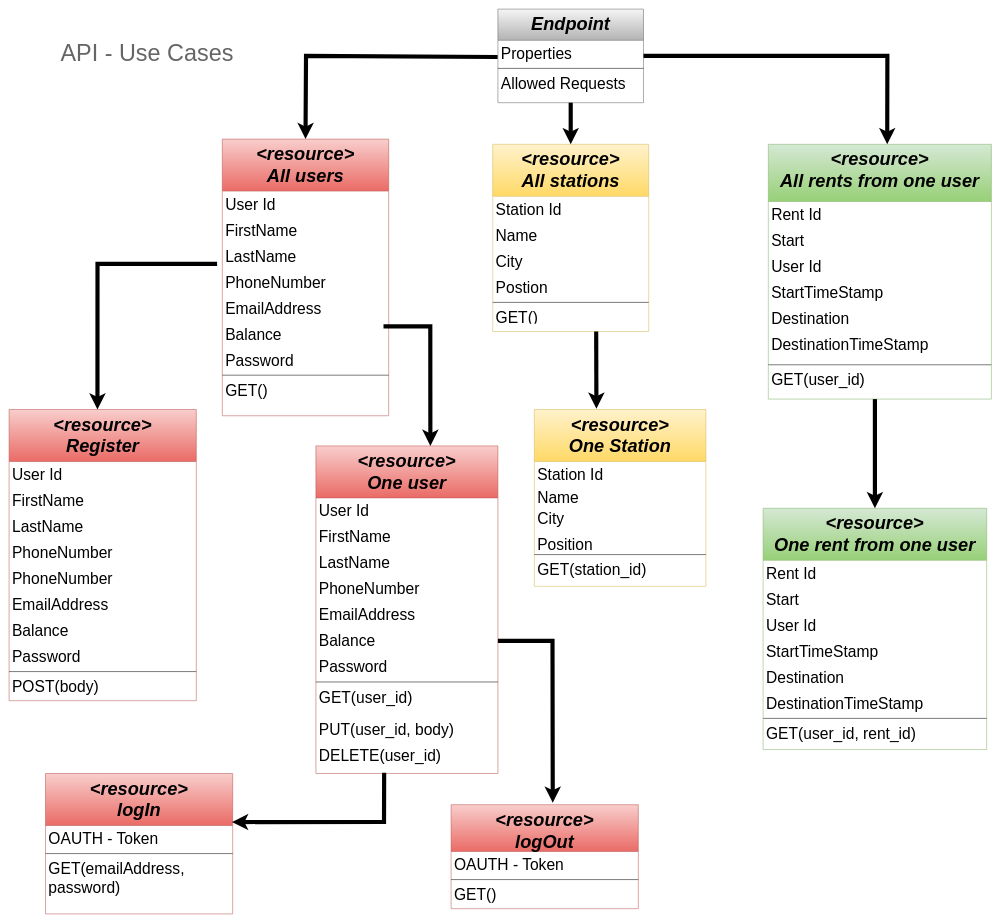
Earlier version of the draw.io diagram API_UseCases-Diagram.drawio (Spark-Vteam/Spark-API-backend). Source tidied: cells renumbered, new cells numbered last; positions are measured from the earlier drawing's top-left corner, leaving out a move shared by most shapes. Both pictures are drawn from the tidied source at 52%, with x=0, y=0 at pixel (9, 9).
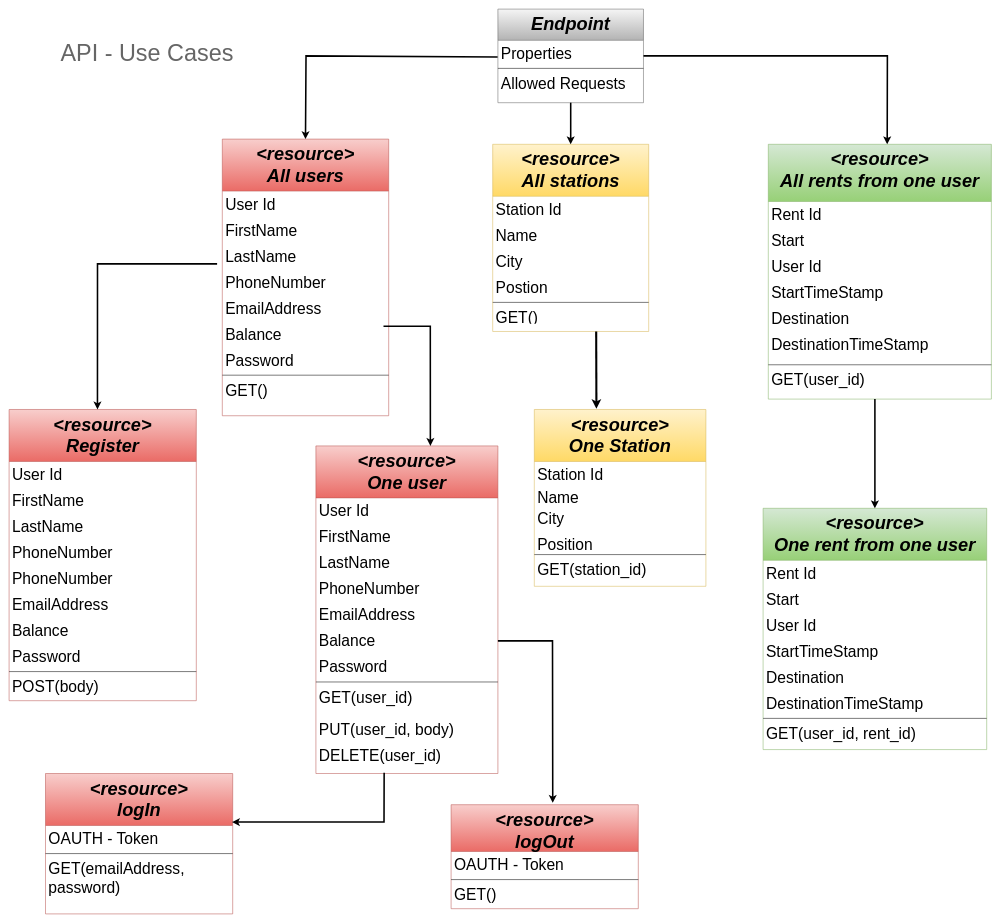
The same diagram, later.

Commit message:
API-Use Cases diagram

The change refers to these unchanged cells:
```xml
<mxCell id="2" value="Endpoint" style="swimlane;fontStyle=3;align=center;verticalAlign=top;horizontal=1;startSize=60;rounded=0;shadow=0;strokeWidth=1;fillColor=#f5f5f5;gradientColor=#b3b3b3;strokeColor=#666666;fontSize=35;" parent="1" vertex="1">
  <mxGeometry x="940" width="280" height="180" as="geometry" />
</mxCell>
<mxCell id="3" value="Properties" style="text;align=left;verticalAlign=top;spacingLeft=4;spacingRight=4;overflow=hidden;points=[[0,0.5],[1,0.5]];portConstraint=eastwest;fontSize=30;" parent="2" vertex="1">
  <mxGeometry y="60" width="280" height="50" as="geometry" />
</mxCell>
<mxCell id="6" value="&lt;resource&gt;&#10;All users" style="swimlane;fontStyle=3;align=center;verticalAlign=top;horizontal=1;startSize=100;rounded=0;shadow=0;strokeWidth=1;fillColor=#f8cecc;strokeColor=#b85450;gradientColor=#ea6b66;fontSize=35;" parent="1" vertex="1">
  <mxGeometry x="410" y="250" width="320" height="532" as="geometry" />
</mxCell>
<mxCell id="16" value="&lt;resource&gt;&#10;logIn" style="swimlane;fontStyle=3;align=center;verticalAlign=top;horizontal=1;startSize=100;rounded=0;shadow=0;strokeWidth=1;fillColor=#f8cecc;strokeColor=#b85450;gradientColor=#ea6b66;fontSize=35;" parent="1" vertex="1">
  <mxGeometry x="70" y="1470" width="360" height="270" as="geometry" />
</mxCell>
<mxCell id="20" value="&lt;resource&gt;&#10;All rents from one user" style="swimlane;fontStyle=3;align=center;verticalAlign=top;horizontal=1;startSize=110;rounded=0;shadow=0;strokeWidth=1;fillColor=#d5e8d4;strokeColor=#82b366;gradientColor=#97d077;fontSize=35;labelBackgroundColor=none;" parent="1" vertex="1">
  <mxGeometry x="1460" y="260" width="429" height="490" as="geometry" />
</mxCell>
<mxCell id="29" value="&lt;resource&gt;&#10;All stations" style="swimlane;fontStyle=3;align=center;verticalAlign=top;horizontal=1;startSize=100;rounded=0;shadow=0;strokeWidth=1;fillColor=#fff2cc;strokeColor=#d6b656;gradientColor=#FFD966;fontSize=35;" parent="1" vertex="1">
  <mxGeometry x="930" y="260" width="300" height="360" as="geometry" />
</mxCell>
<mxCell id="36" value="&lt;resource&gt;&#10;One Station" style="swimlane;fontStyle=3;align=center;verticalAlign=top;horizontal=1;startSize=100;rounded=0;shadow=0;strokeWidth=1;fillColor=#fff2cc;strokeColor=#d6b656;gradientColor=#ffd966;fontSize=35;" parent="1" vertex="1">
  <mxGeometry x="1010" y="770" width="330" height="340" as="geometry" />
</mxCell>
<mxCell id="43" value="&lt;resource&gt;&#10;logOut" style="swimlane;fontStyle=3;align=center;verticalAlign=top;horizontal=1;startSize=90;rounded=0;shadow=0;strokeWidth=1;fillColor=#f8cecc;strokeColor=#b85450;gradientColor=#ea6b66;fontSize=35;" parent="1" vertex="1">
  <mxGeometry x="850" y="1530" width="360" height="200" as="geometry" />
</mxCell>
<mxCell id="47" value="&lt;resource&gt;&#10;Register" style="swimlane;fontStyle=3;align=center;verticalAlign=top;horizontal=1;startSize=100;rounded=0;shadow=0;strokeWidth=1;fillColor=#f8cecc;strokeColor=#b85450;gradientColor=#ea6b66;fontSize=35;" parent="1" vertex="1">
  <mxGeometry y="770" width="360" height="560" as="geometry" />
</mxCell>
<mxCell id="58" value="&lt;resource&gt;&#10;One user" style="swimlane;fontStyle=3;align=center;verticalAlign=top;horizontal=1;startSize=100;rounded=0;shadow=0;strokeWidth=1;fillColor=#f8cecc;strokeColor=#b85450;gradientColor=#ea6b66;fontSize=35;" parent="1" vertex="1">
  <mxGeometry x="590" y="840" width="350" height="630" as="geometry" />
</mxCell>
<mxCell id="64" value="Balance" style="text;align=left;verticalAlign=top;spacingLeft=4;spacingRight=4;overflow=hidden;points=[[0,0.5],[1,0.5]];portConstraint=eastwest;rounded=0;shadow=0;html=0;fontSize=30;" parent="58" vertex="1">
  <mxGeometry y="350" width="350" height="50" as="geometry" />
</mxCell>
<mxCell id="69" value="DELETE(user_id)" style="text;align=left;verticalAlign=top;spacingLeft=4;spacingRight=4;overflow=hidden;points=[[0,0.5],[1,0.5]];portConstraint=eastwest;rounded=0;shadow=0;html=0;fontSize=30;" parent="58" vertex="1">
  <mxGeometry y="570" width="350" height="50" as="geometry" />
</mxCell>
<mxCell id="70" value="&lt;resource&gt;&#10;One rent from one user" style="swimlane;fontStyle=3;align=center;verticalAlign=top;horizontal=1;startSize=100;rounded=0;shadow=0;strokeWidth=1;fillColor=#d5e8d4;strokeColor=#82b366;gradientColor=#97d077;fontSize=35;" parent="1" vertex="1">
  <mxGeometry x="1450" y="960" width="430" height="464" as="geometry" />
</mxCell>
```

The edit, as a diff of the source:
```diff
@@
-    <mxCell id="80" style="endArrow=classic;html=1;rounded=0;fontSize=35;fontColor=#666666;exitX=-0.002;exitY=0.641;exitDx=0;exitDy=0;exitPerimeter=0;entryX=0.5;entryY=0;entryDx=0;entryDy=0;strokeWidth=8;" parent="1" edge="1" source="3" target="6">
+    <mxCell id="80" style="endArrow=classic;html=1;rounded=0;fontSize=35;fontColor=#666666;exitX=-0.002;exitY=0.641;exitDx=0;exitDy=0;exitPerimeter=0;entryX=0.5;entryY=0;entryDx=0;entryDy=0;strokeWidth=3;" parent="1" edge="1" source="3" target="6">
       <mxGeometry relative="1" as="geometry">
         <Array as="points">
           <mxPoint x="571" y="90" />
         </Array>
       </mxGeometry>
     </mxCell>
-    <mxCell id="81" style="endArrow=classic;html=1;rounded=0;fontSize=35;fontColor=#666666;exitX=0.5;exitY=1;exitDx=0;exitDy=0;entryX=0.5;entryY=0;entryDx=0;entryDy=0;strokeWidth=8;" parent="1" edge="1" source="2" target="29">
+    <mxCell id="81" style="endArrow=classic;html=1;rounded=0;fontSize=35;fontColor=#666666;exitX=0.5;exitY=1;exitDx=0;exitDy=0;entryX=0.5;entryY=0;entryDx=0;entryDy=0;strokeWidth=3;" parent="1" edge="1" source="2" target="29">
       <mxGeometry relative="1" as="geometry">
         <Array as="points">
           <mxPoint x="1080" y="230" />
         </Array>
       </mxGeometry>
     </mxCell>
-    <mxCell id="82" style="endArrow=classic;html=1;rounded=0;fontSize=35;fontColor=#666666;entryX=0.533;entryY=0;entryDx=0;entryDy=0;strokeWidth=8;entryPerimeter=0;" parent="1" edge="1" target="20">
+    <mxCell id="82" style="endArrow=classic;html=1;rounded=0;fontSize=35;fontColor=#666666;entryX=0.533;entryY=0;entryDx=0;entryDy=0;strokeWidth=3;entryPerimeter=0;" parent="1" edge="1" target="20">
       <mxGeometry relative="1" as="geometry">
         <mxPoint x="1220" y="90" as="sourcePoint" />
         <Array as="points">
           <mxPoint x="1689" y="90" />
         </Array>
       </mxGeometry>
     </mxCell>
-    <mxCell id="83" style="endArrow=classic;html=1;rounded=0;fontSize=35;fontColor=#666666;entryX=0.362;entryY=-0.004;entryDx=0;entryDy=0;strokeWidth=8;entryPerimeter=0;" parent="1" edge="1" target="36">
+    <mxCell id="83" style="endArrow=classic;html=1;rounded=0;fontSize=35;fontColor=#666666;entryX=0.362;entryY=-0.004;entryDx=0;entryDy=0;strokeWidth=4;entryPerimeter=0;" parent="1" edge="1" target="36">
       <mxGeometry relative="1" as="geometry">
         <mxPoint x="1129" y="620" as="sourcePoint" />
       </mxGeometry>
     </mxCell>
-    <mxCell id="84" style="endArrow=classic;html=1;rounded=0;fontSize=35;fontColor=#666666;strokeWidth=8;" parent="1" edge="1" target="70">
+    <mxCell id="84" style="endArrow=classic;html=1;rounded=0;fontSize=35;fontColor=#666666;strokeWidth=3;" parent="1" edge="1" target="70">
       <mxGeometry relative="1" as="geometry">
         <mxPoint x="1665" y="750" as="sourcePoint" />
       </mxGeometry>
     </mxCell>
-    <mxCell id="85" style="endArrow=classic;html=1;rounded=0;fontSize=35;fontColor=#666666;strokeWidth=8;entryX=0.629;entryY=0;entryDx=0;entryDy=0;entryPerimeter=0;" parent="1" edge="1" target="58">
+    <mxCell id="85" style="endArrow=classic;html=1;rounded=0;fontSize=35;fontColor=#666666;strokeWidth=3;entryX=0.629;entryY=0;entryDx=0;entryDy=0;entryPerimeter=0;" parent="1" edge="1" target="58">
       <mxGeometry relative="1" as="geometry">
         <mxPoint x="720" y="610" as="sourcePoint" />
         <Array as="points">
           <mxPoint x="810" y="610" />
         </Array>
       </mxGeometry>
     </mxCell>
-    <mxCell id="86" style="endArrow=classic;html=1;rounded=0;strokeWidth=8;fontSize=35;fontColor=#666666;entryX=0.472;entryY=0;entryDx=0;entryDy=0;entryPerimeter=0;" parent="1" edge="1" target="47">
+    <mxCell id="86" style="endArrow=classic;html=1;rounded=0;strokeWidth=3;fontSize=35;fontColor=#666666;entryX=0.472;entryY=0;entryDx=0;entryDy=0;entryPerimeter=0;" parent="1" edge="1" target="47">
       <mxGeometry relative="1" as="geometry">
         <mxPoint x="400" y="490" as="sourcePoint" />
         <Array as="points">
           <mxPoint x="170" y="490" />
         </Array>
       </mxGeometry>
     </mxCell>
-    <mxCell id="87" style="endArrow=classic;html=1;rounded=0;strokeWidth=8;fontSize=35;fontColor=#666666;entryX=0.996;entryY=0.346;entryDx=0;entryDy=0;exitX=0.375;exitY=1.169;exitDx=0;exitDy=0;entryPerimeter=0;exitPerimeter=0;" parent="1" edge="1" source="69" target="16">
+    <mxCell id="87" style="endArrow=classic;html=1;rounded=0;strokeWidth=3;fontSize=35;fontColor=#666666;entryX=0.996;entryY=0.346;entryDx=0;entryDy=0;exitX=0.375;exitY=1.169;exitDx=0;exitDy=0;entryPerimeter=0;exitPerimeter=0;" parent="1" edge="1" source="69" target="16">
       <mxGeometry relative="1" as="geometry">
         <Array as="points">
           <mxPoint x="721" y="1563" />
         </Array>
       </mxGeometry>
     </mxCell>
-    <mxCell id="88" style="endArrow=classic;html=1;rounded=0;strokeWidth=8;fontSize=35;fontColor=#666666;entryX=0.543;entryY=-0.018;entryDx=0;entryDy=0;entryPerimeter=0;exitX=1;exitY=0.5;exitDx=0;exitDy=0;" parent="1" edge="1" source="64" target="43">
+    <mxCell id="88" style="endArrow=classic;html=1;rounded=0;strokeWidth=3;fontSize=35;fontColor=#666666;entryX=0.543;entryY=-0.018;entryDx=0;entryDy=0;entryPerimeter=0;exitX=1;exitY=0.5;exitDx=0;exitDy=0;" parent="1" edge="1" source="64" target="43">
       <mxGeometry relative="1" as="geometry">
         <Array as="points">
           <mxPoint x="1045" y="1215" />
         </Array>
       </mxGeometry>
     </mxCell>
```
